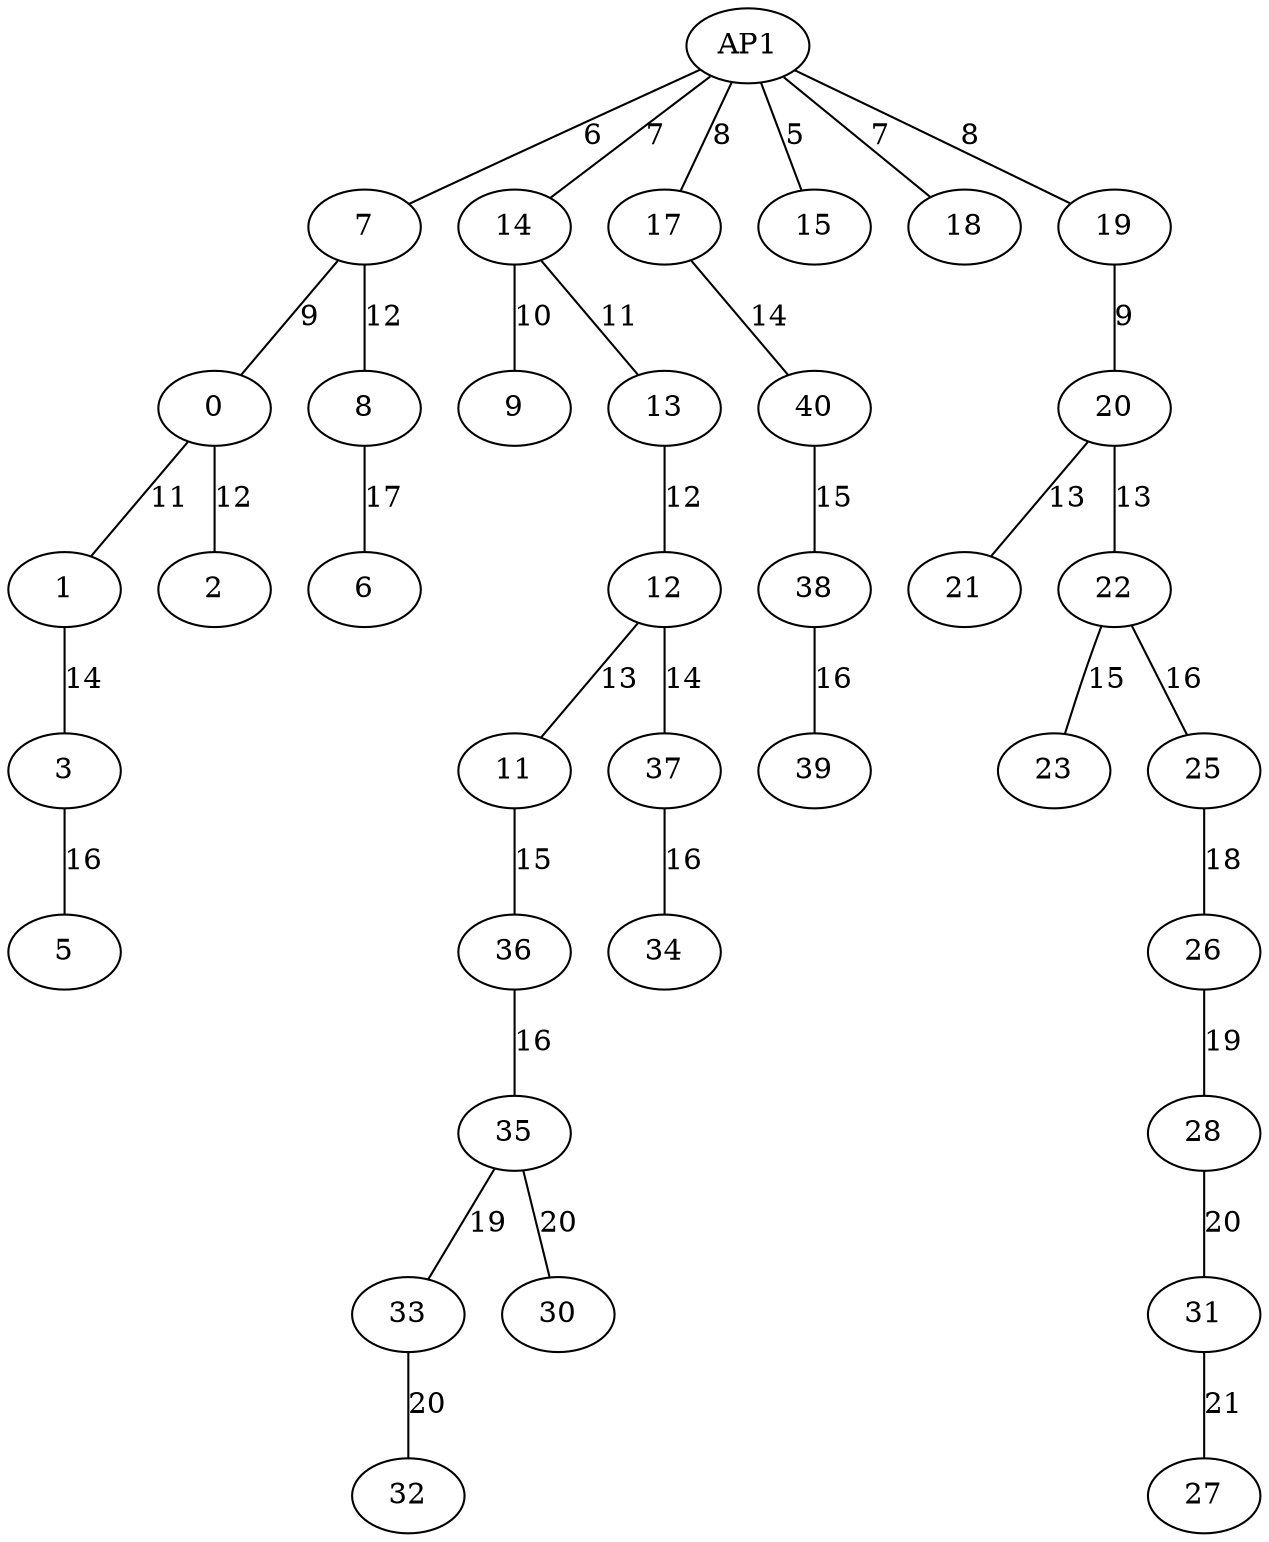
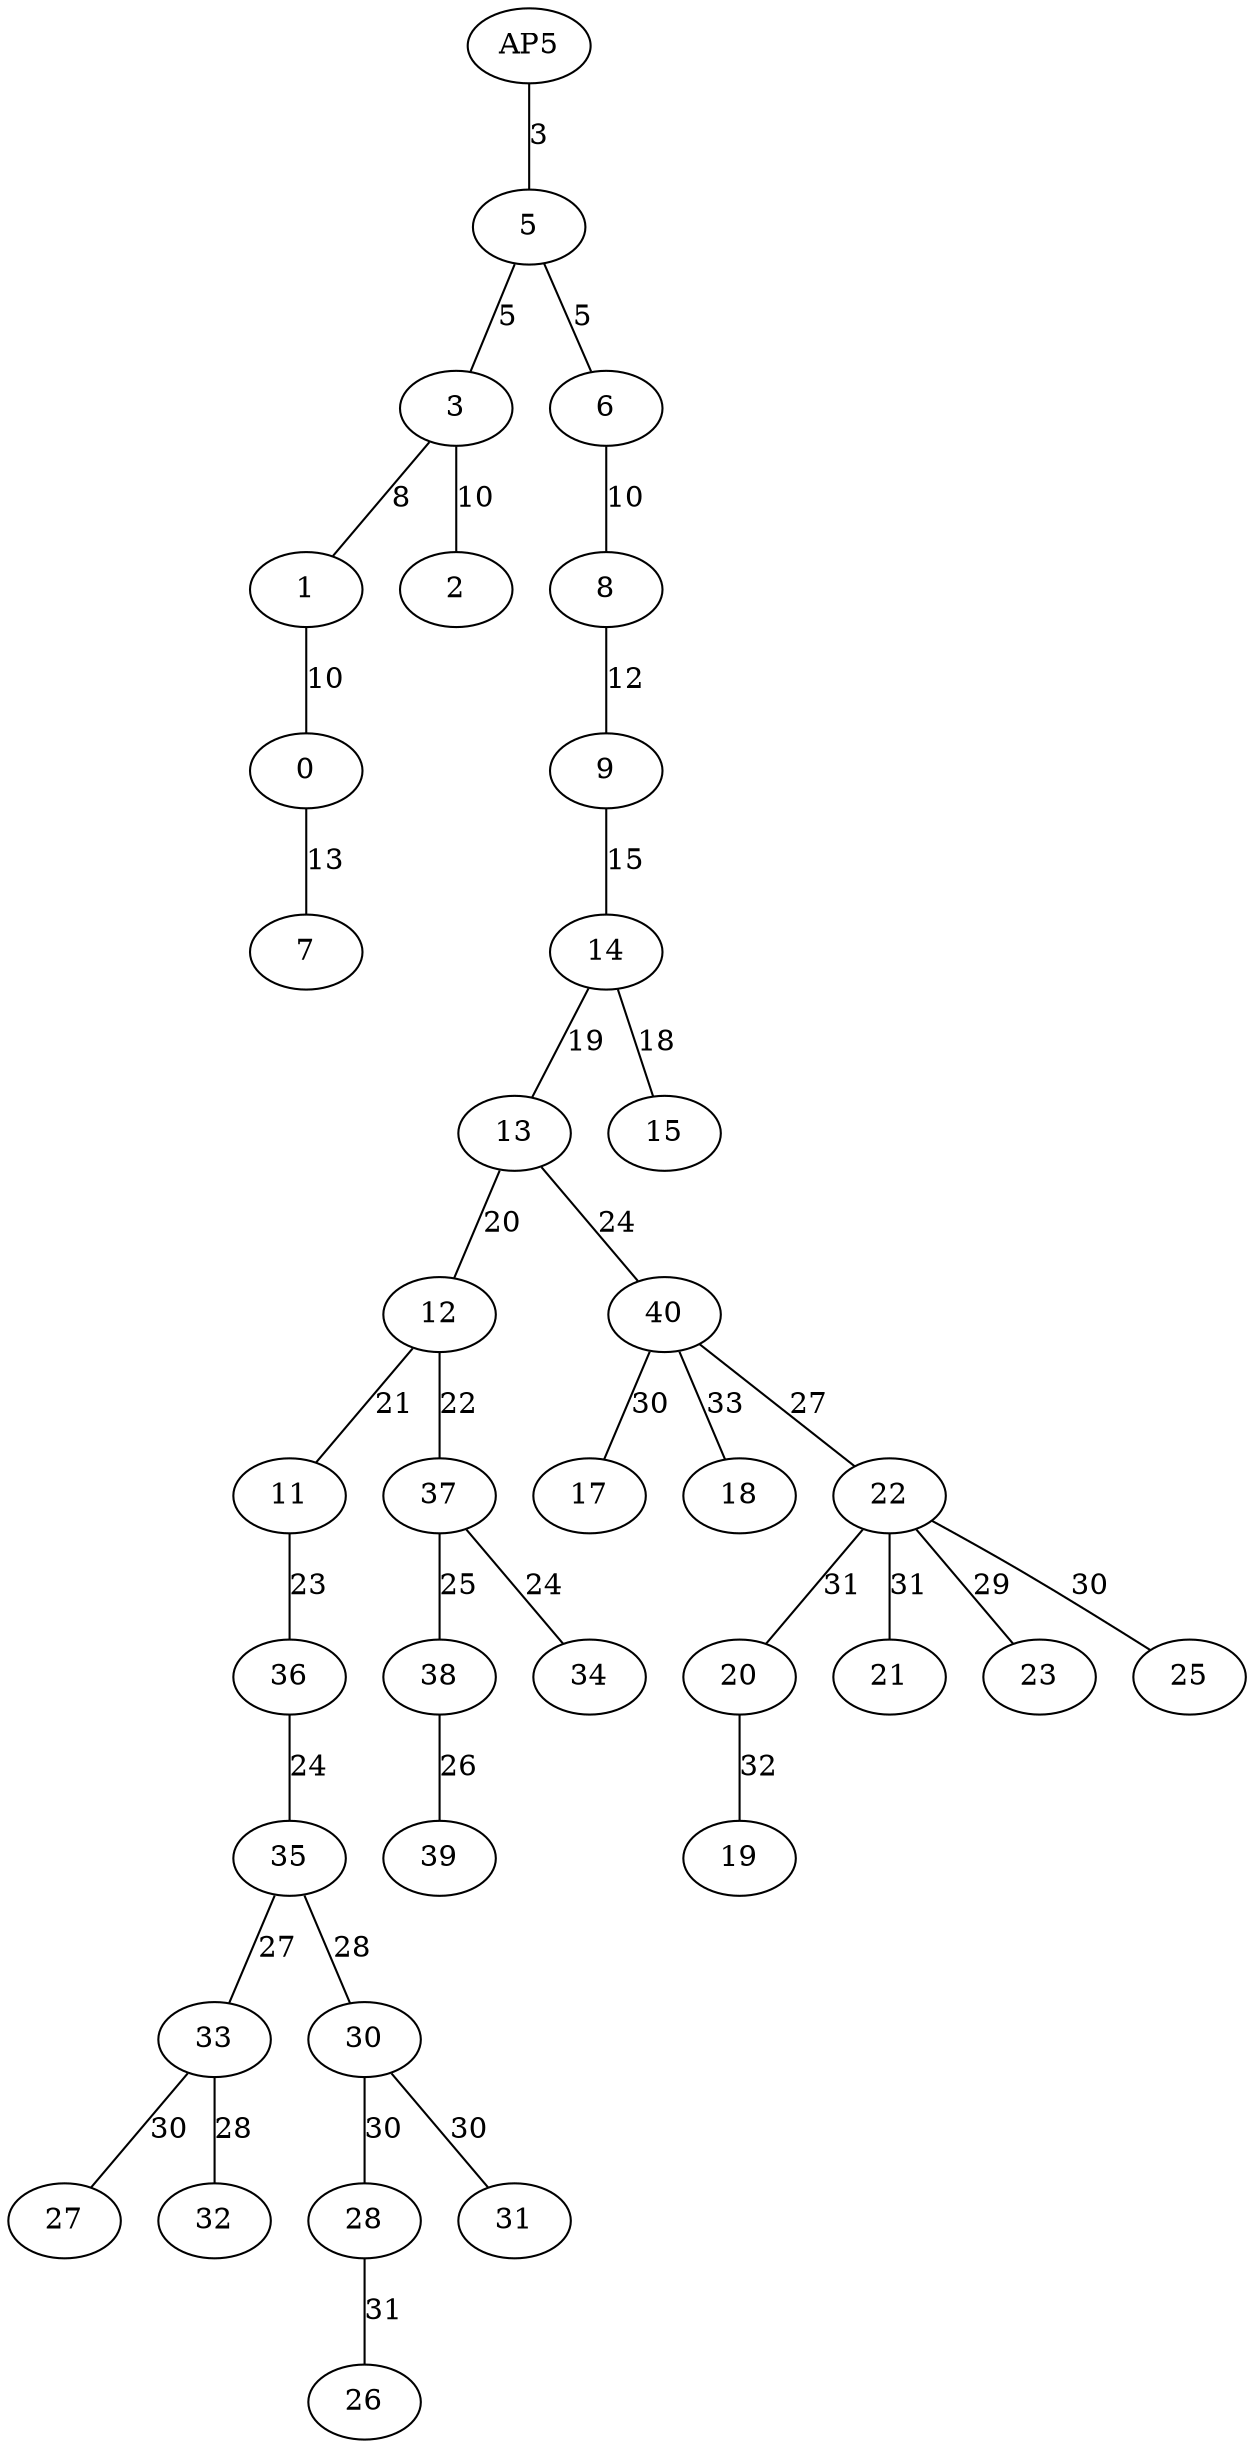
graph US13 {
- 7 -- ﻿0 [label="9"];
- ﻿0 -- 1 [label="11"];
- ﻿0 -- 2 [label="12"];
- AP1 -- 7 [label="6"];
- 1 -- 3 [label="14"];
- 3 -- 5 [label="16"];
- 8 -- 6 [label="17"];
- 7 -- 8 [label="12"];
- AP1 -- 14 [label="7"];
- 14 -- 9 [label="10"];
- 12 -- 11 [label="13"];
- 11 -- 36 [label="15"];
- 13 -- 12 [label="12"];
- 14 -- 13 [label="11"];
- 12 -- 37 [label="14"];
- 17 -- 40 [label="14"];
- AP1 -- 15 [label="5"];
- AP1 -- 17 [label="8"];
- AP1 -- 18 [label="7"];
- AP1 -- 19 [label="8"];
- 19 -- 20 [label="9"];
- 20 -- 21 [label="13"];
- 20 -- 22 [label="13"];
- 22 -- 23 [label="15"];
- 22 -- 25 [label="16"];
- 25 -- 26 [label="18"];
- 31 -- 27 [label="21"];
- 26 -- 28 [label="19"];
- 28 -- 31 [label="20"];
- 35 -- 33 [label="19"];
- 35 -- 30 [label="20"];
- 36 -- 35 [label="16"];
- 33 -- 32 [label="20"];
- 38 -- 39 [label="16"];
- 37 -- 34 [label="16"];
- 40 -- 38 [label="15"];
+ 1 -- ﻿0 [label="10"];
+ 3 -- 1 [label="8"];
+ 3 -- 2 [label="10"];
+ ﻿0 -- 7 [label="13"];
+ 5 -- 3 [label="5"];
+ AP5 -- 5 [label="3"];
+ 5 -- 6 [label="5"];
+ 6 -- 8 [label="10"];
+ 9 -- 14 [label="15"];
+ 8 -- 9 [label="12"];
+ 12 -- 11 [label="21"];
+ 11 -- 36 [label="23"];
+ 13 -- 12 [label="20"];
+ 14 -- 13 [label="19"];
+ 12 -- 37 [label="22"];
+ 13 -- 40 [label="24"];
+ 14 -- 15 [label="18"];
+ 40 -- 17 [label="30"];
+ 40 -- 18 [label="33"];
+ 20 -- 19 [label="32"];
+ 22 -- 20 [label="31"];
+ 22 -- 21 [label="31"];
+ 40 -- 22 [label="27"];
+ 22 -- 23 [label="29"];
+ 22 -- 25 [label="30"];
+ 28 -- 26 [label="31"];
+ 33 -- 27 [label="30"];
+ 30 -- 28 [label="30"];
+ 30 -- 31 [label="30"];
+ 35 -- 33 [label="27"];
+ 35 -- 30 [label="28"];
+ 36 -- 35 [label="24"];
+ 33 -- 32 [label="28"];
+ 38 -- 39 [label="26"];
+ 37 -- 34 [label="24"];
+ 37 -- 38 [label="25"];
}